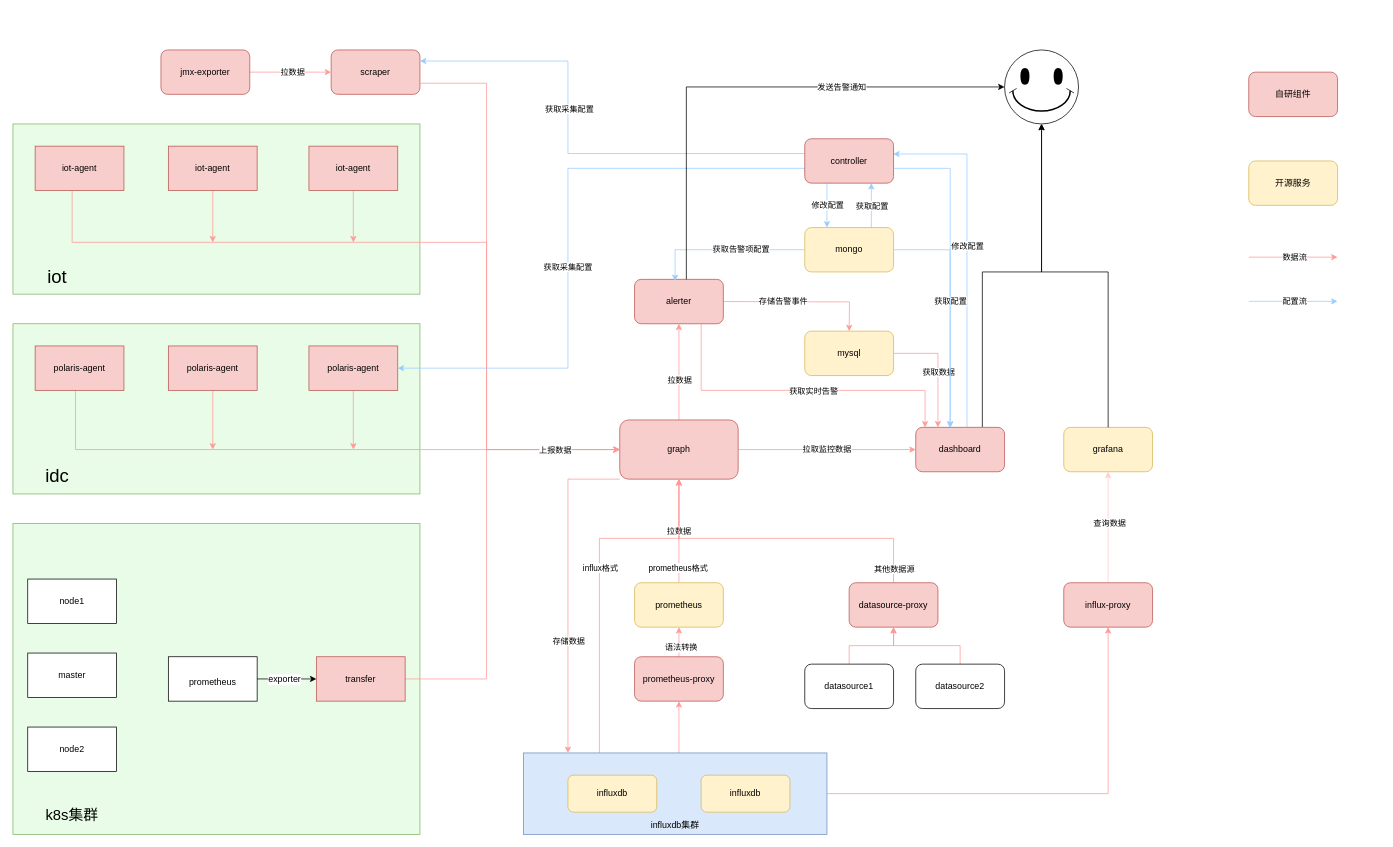
Before: polaris框架.drawio in wupei-w/diagrams, a draw.io diagram. Source tidied: cells renumbered, new cells numbered last; positions are measured from the earlier drawing's top-left corner, leaving out a move shared by most shapes. Both pictures are drawn from the tidied source at 74%, with x=0, y=0 at pixel (13, 50).
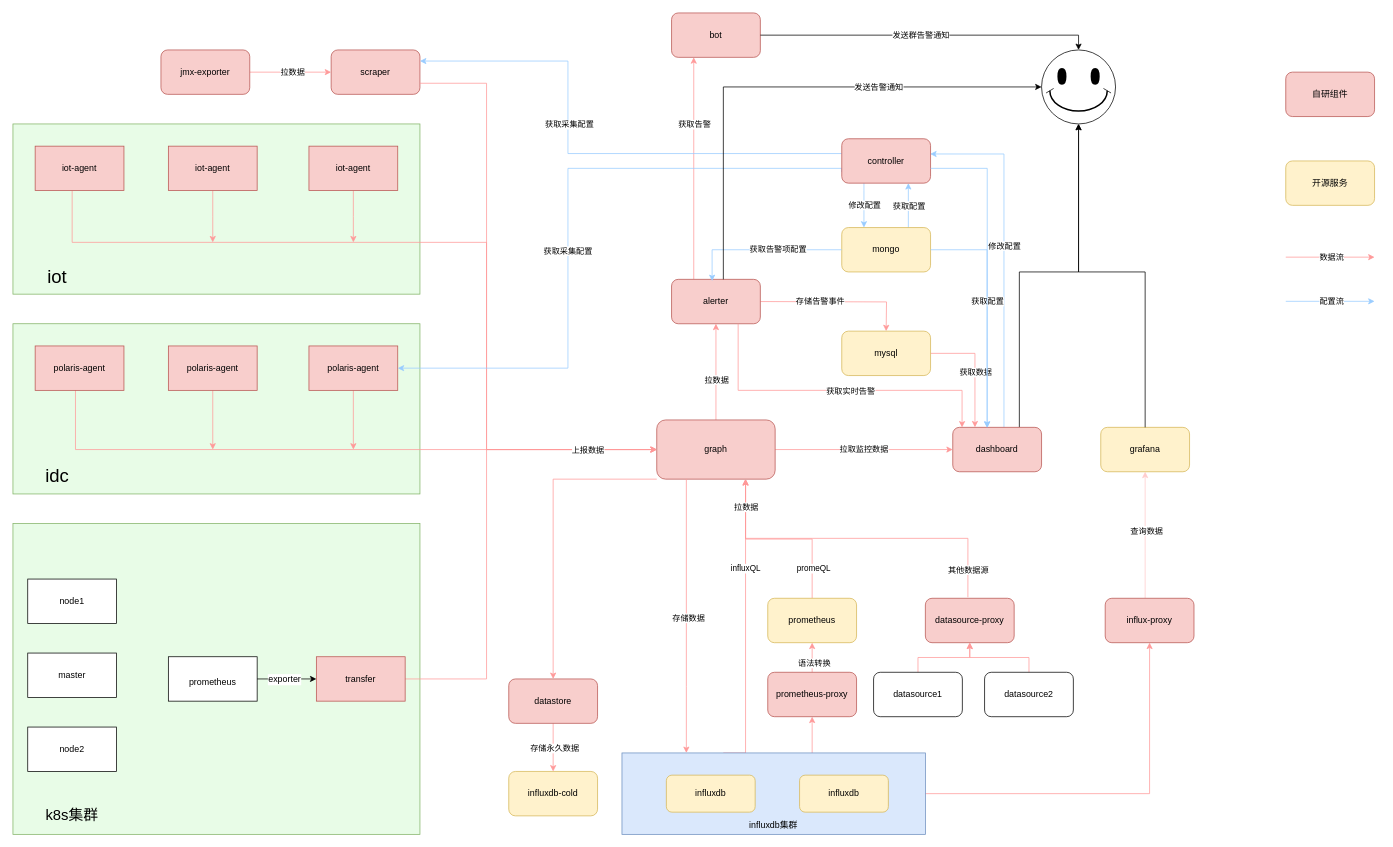
Above is the later version.

The change refers to these unchanged cells:
```xml
<mxCell id="41" value="scraper" style="rounded=1;whiteSpace=wrap;html=1;fillColor=#f8cecc;strokeColor=#b85450;" parent="1" vertex="1">
  <mxGeometry x="430" width="120" height="60" as="geometry" />
</mxCell>
<mxCell id="68" value="polaris-agent" style="rounded=0;whiteSpace=wrap;html=1;fillColor=#f8cecc;strokeColor=#b85450;" parent="1" vertex="1">
  <mxGeometry x="400" y="400" width="120" height="60" as="geometry" />
</mxCell>
```

Diff of the diagram source:
```diff
@@
     <mxCell id="2" style="edgeStyle=orthogonalEdgeStyle;rounded=0;jettySize=auto;html=1;strokeColor=#FF9999;" parent="1" edge="1" source="6" target="26">
       <mxGeometry relative="1" as="geometry">
         <Array as="points">
-          <mxPoint x="900" y="920" />
-          <mxPoint x="900" y="920" />
+          <mxPoint x="1080" y="910" />
+          <mxPoint x="1080" y="910" />
         </Array>
       </mxGeometry>
     </mxCell>
-    <mxCell id="3" style="edgeStyle=orthogonalEdgeStyle;rounded=0;jettySize=auto;html=1;exitX=0.25;exitY=0;exitDx=0;exitDy=0;strokeColor=#FF9999;" parent="1" edge="1" source="6">
-      <mxGeometry relative="1" as="geometry">
-        <mxPoint x="900" y="580" as="targetPoint" />
-        <Array as="points">
-          <mxPoint x="792" y="660" />
-          <mxPoint x="900" y="660" />
-        </Array>
-      </mxGeometry>
-    </mxCell>
-    <mxCell id="4" value="influx格式" style="edgeLabel;html=1;align=center;verticalAlign=middle;" parent="3" vertex="1">
-      <mxGeometry x="0.05" y="-1" relative="1" as="geometry" />
-    </mxCell>
@@
+    <mxCell id="103" style="edgeStyle=orthogonalEdgeStyle;rounded=0;orthogonalLoop=1;jettySize=auto;html=1;exitX=0;exitY=0;exitDx=0;exitDy=0;entryX=0.5;entryY=1;entryDx=0;entryDy=0;strokeColor=#FF9999;" parent="1" edge="1">
+      <mxGeometry relative="1" as="geometry">
+        <mxPoint x="960" y="950" as="sourcePoint" />
+        <mxPoint x="990" y="580" as="targetPoint" />
+        <Array as="points">
+          <mxPoint x="990" y="950" />
+        </Array>
+      </mxGeometry>
+    </mxCell>
+    <mxCell id="104" value="influxQL" style="edgeLabel;html=1;align=center;verticalAlign=middle;" parent="103" vertex="1">
+      <mxGeometry x="0.4" y="1" relative="1" as="geometry" />
+    </mxCell>
     <mxCell id="6" value="&lt;br&gt;&lt;br&gt;&lt;br&gt;&lt;br&gt;&lt;br&gt;&lt;br&gt;influxdb集群" style="rounded=0;whiteSpace=wrap;html=1;fillColor=#dae8fc;strokeColor=#6c8ebf;" parent="1" vertex="1">
-      <mxGeometry x="690" y="950" width="410" height="110" as="geometry" />
+      <mxGeometry x="823" y="950" width="410" height="110" as="geometry" />
     </mxCell>
     <mxCell id="7" style="edgeStyle=orthogonalEdgeStyle;rounded=0;jettySize=auto;html=1;" parent="1" edge="1" source="10" target="69">
       <mxGeometry relative="1" as="geometry">
         <Array as="points">
-          <mxPoint x="1310" y="300" />
-          <mxPoint x="1390" y="300" />
+          <mxPoint x="1360" y="300" />
+          <mxPoint x="1440" y="300" />
         </Array>
       </mxGeometry>
     </mxCell>
     <mxCell id="8" style="edgeStyle=orthogonalEdgeStyle;rounded=0;jettySize=auto;html=1;entryX=0.996;entryY=0.343;entryDx=0;entryDy=0;entryPerimeter=0;strokeColor=#99CCFF;" parent="1" edge="1" target="86">
       <mxGeometry relative="1" as="geometry">
-        <mxPoint x="1289.2" y="510" as="sourcePoint" />
+        <mxPoint x="1339.2" y="510" as="sourcePoint" />
         <Array as="points">
-          <mxPoint x="1289" y="140" />
-          <mxPoint x="1190" y="140" />
+          <mxPoint x="1339" y="140" />
+          <mxPoint x="1240" y="140" />
         </Array>
       </mxGeometry>
     </mxCell>
@@
     <mxCell id="10" value="dashboard" style="rounded=1;whiteSpace=wrap;html=1;fillColor=#f8cecc;strokeColor=#b85450;" parent="1" vertex="1">
-      <mxGeometry x="1220" y="510" width="120" height="60" as="geometry" />
+      <mxGeometry x="1270" y="510" width="120" height="60" as="geometry" />
     </mxCell>
@@
-    <mxCell id="13" style="edgeStyle=orthogonalEdgeStyle;rounded=0;jettySize=auto;html=1;exitX=0;exitY=1;exitDx=0;exitDy=0;strokeColor=#FF9999;" parent="1" edge="1" source="17">
-      <mxGeometry relative="1" as="geometry">
-        <mxPoint x="750" y="950" as="targetPoint" />
-        <Array as="points">
-          <mxPoint x="750" y="580" />
-          <mxPoint x="750" y="950" />
-        </Array>
-      </mxGeometry>
-    </mxCell>
-    <mxCell id="14" value="存储数据" style="edgeLabel;html=1;align=center;verticalAlign=middle;" parent="13" vertex="1">
-      <mxGeometry x="0.31" relative="1" as="geometry" />
-    </mxCell>
@@
+    <mxCell id="105" style="edgeStyle=orthogonalEdgeStyle;rounded=0;jettySize=auto;html=1;exitX=0;exitY=1;exitDx=0;exitDy=0;entryX=0.5;entryY=0;entryDx=0;entryDy=0;strokeColor=#FF9999;" parent="1" edge="1" source="17" target="113">
+      <mxGeometry relative="1" as="geometry">
+        <Array as="points">
+          <mxPoint x="730" y="580" />
+        </Array>
+      </mxGeometry>
+    </mxCell>
     <mxCell id="17" value="graph" style="rounded=1;whiteSpace=wrap;html=1;fillColor=#f8cecc;strokeColor=#b85450;" parent="1" vertex="1">
-      <mxGeometry x="820" y="500" width="160" height="80" as="geometry" />
+      <mxGeometry x="870" y="500" width="160" height="80" as="geometry" />
     </mxCell>
     <mxCell id="18" style="edgeStyle=orthogonalEdgeStyle;rounded=0;orthogonalLoop=1;jettySize=auto;html=1;entryX=0.25;entryY=0;entryDx=0;entryDy=0;strokeColor=#FF9999;" parent="1" edge="1">
       <mxGeometry relative="1" as="geometry">
-        <mxPoint x="960" y="340" as="sourcePoint" />
-        <mxPoint x="1130" y="380" as="targetPoint" />
+        <mxPoint x="1010" y="340" as="sourcePoint" />
+        <mxPoint x="1180" y="380" as="targetPoint" />
       </mxGeometry>
     </mxCell>
@@
+    <mxCell id="106" style="edgeStyle=orthogonalEdgeStyle;rounded=0;jettySize=auto;html=1;exitX=0.25;exitY=0;exitDx=0;exitDy=0;entryX=0.25;entryY=1;entryDx=0;entryDy=0;strokeColor=#FF9999;" parent="1" edge="1" source="20" target="115">
+      <mxGeometry relative="1" as="geometry" />
+    </mxCell>
+    <mxCell id="107" value="获取告警" style="edgeLabel;html=1;align=center;verticalAlign=middle;" parent="106" vertex="1">
+      <mxGeometry x="0.4" relative="1" as="geometry" />
+    </mxCell>
     <mxCell id="20" value="alerter" style="rounded=1;whiteSpace=wrap;html=1;fillColor=#f8cecc;strokeColor=#b85450;" parent="1" vertex="1">
-      <mxGeometry x="840" y="310" width="120" height="60" as="geometry" />
+      <mxGeometry x="890" y="310" width="120" height="60" as="geometry" />
     </mxCell>
-    <mxCell id="21" value="拉数据" style="edgeStyle=orthogonalEdgeStyle;rounded=0;jettySize=auto;html=1;strokeColor=#FF9999;" parent="1" edge="1" source="23" target="17">
-      <mxGeometry relative="1" as="geometry" />
+    <mxCell id="21" style="edgeStyle=orthogonalEdgeStyle;rounded=0;jettySize=auto;html=1;strokeColor=#FF9999;" parent="1" edge="1" source="23" target="17">
+      <mxGeometry relative="1" as="geometry">
+        <Array as="points">
+          <mxPoint x="1080" y="661" />
+          <mxPoint x="990" y="661" />
+        </Array>
+      </mxGeometry>
     </mxCell>
-    <mxCell id="22" value="prometheus格式" style="edgeLabel;html=1;align=center;verticalAlign=middle;" parent="21" vertex="1">
-      <mxGeometry x="-0.7" y="2" relative="1" as="geometry" />
-    </mxCell>
+    <mxCell id="108" value="promeQL" style="edgeLabel;html=1;align=center;verticalAlign=middle;" parent="21" vertex="1">
+      <mxGeometry x="-0.67" y="-1" relative="1" as="geometry" />
+    </mxCell>
     <mxCell id="23" value="prometheus" style="rounded=1;whiteSpace=wrap;html=1;fillColor=#fff2cc;strokeColor=#d6b656;" parent="1" vertex="1">
-      <mxGeometry x="840" y="720" width="120" height="60" as="geometry" />
+      <mxGeometry x="1020" y="741" width="120" height="60" as="geometry" />
     </mxCell>
@@
     <mxCell id="26" value="prometheus-proxy" style="rounded=1;whiteSpace=wrap;html=1;fillColor=#f8cecc;strokeColor=#b85450;" parent="1" vertex="1">
-      <mxGeometry x="840" y="820" width="120" height="60" as="geometry" />
+      <mxGeometry x="1020" y="841" width="120" height="60" as="geometry" />
     </mxCell>
-    <mxCell id="27" style="edgeStyle=orthogonalEdgeStyle;rounded=0;jettySize=auto;html=1;entryX=0.5;entryY=1;entryDx=0;entryDy=0;strokeColor=#FF9999;" parent="1" edge="1" source="29" target="17">
+    <mxCell id="27" style="edgeStyle=orthogonalEdgeStyle;rounded=0;jettySize=auto;html=1;strokeColor=#FF9999;exitX=0.479;exitY=-0.024;exitDx=0;exitDy=0;exitPerimeter=0;" parent="1" edge="1" source="29">
       <mxGeometry relative="1" as="geometry">
+        <mxPoint x="990" y="580" as="targetPoint" />
         <Array as="points">
-          <mxPoint x="1190" y="660" />
-          <mxPoint x="900" y="660" />
+          <mxPoint x="1291" y="660" />
+          <mxPoint x="990" y="660" />
+          <mxPoint x="990" y="580" />
         </Array>
       </mxGeometry>
     </mxCell>
+    <mxCell id="109" value="拉数据" style="edgeLabel;html=1;align=center;verticalAlign=middle;" parent="27" vertex="1">
+      <mxGeometry x="0.84" relative="1" as="geometry" />
+    </mxCell>
     <mxCell id="28" value="其他数据源" style="edgeLabel;html=1;align=center;verticalAlign=middle;" parent="27" vertex="1">
-      <mxGeometry x="-0.91" relative="1" as="geometry" />
+      <mxGeometry x="-0.84" relative="1" as="geometry" />
     </mxCell>
     <mxCell id="29" value="datasource-proxy" style="rounded=1;whiteSpace=wrap;html=1;fillColor=#f8cecc;strokeColor=#b85450;" parent="1" vertex="1">
-      <mxGeometry x="1130" y="720" width="120" height="60" as="geometry" />
+      <mxGeometry x="1233" y="741" width="120" height="60" as="geometry" />
     </mxCell>
@@
     <mxCell id="31" value="datasource1" style="rounded=1;whiteSpace=wrap;html=1;" parent="1" vertex="1">
-      <mxGeometry x="1070" y="830" width="120" height="60" as="geometry" />
+      <mxGeometry x="1163" y="841" width="120" height="60" as="geometry" />
     </mxCell>
@@
     <mxCell id="33" value="datasource2" style="rounded=1;whiteSpace=wrap;html=1;" parent="1" vertex="1">
-      <mxGeometry x="1220" y="830" width="120" height="60" as="geometry" />
+      <mxGeometry x="1313" y="841" width="120" height="60" as="geometry" />
     </mxCell>
     <mxCell id="34" style="group;" parent="1" vertex="1">
-      <mxGeometry x="750" y="980" width="300" height="50" as="geometry" />
+      <mxGeometry x="883" y="980" width="300" height="50" as="geometry" />
     </mxCell>
@@
     <mxCell id="37" style="edgeStyle=orthogonalEdgeStyle;rounded=0;jettySize=auto;html=1;entryX=0.5;entryY=1;entryDx=0;entryDy=0;strokeColor=#FFCCCC;" parent="1" edge="1" source="39" target="40">
-      <mxGeometry relative="1" as="geometry" />
+      <mxGeometry relative="1" as="geometry">
+        <Array as="points">
+          <mxPoint x="1530" y="680" />
+          <mxPoint x="1530" y="680" />
+        </Array>
+      </mxGeometry>
     </mxCell>
@@
     <mxCell id="39" value="influx-proxy" style="rounded=1;whiteSpace=wrap;html=1;fillColor=#f8cecc;strokeColor=#b85450;" parent="1" vertex="1">
-      <mxGeometry x="1420" y="720" width="120" height="60" as="geometry" />
+      <mxGeometry x="1476" y="741" width="120" height="60" as="geometry" />
     </mxCell>
     <mxCell id="40" value="grafana" style="rounded=1;whiteSpace=wrap;html=1;fillColor=#fff2cc;strokeColor=#d6b656;" parent="1" vertex="1">
-      <mxGeometry x="1420" y="510" width="120" height="60" as="geometry" />
+      <mxGeometry x="1470" y="510" width="120" height="60" as="geometry" />
     </mxCell>
@@
     <mxCell id="57" value="mysql" style="rounded=1;whiteSpace=wrap;html=1;fillColor=#fff2cc;strokeColor=#d6b656;" parent="1" vertex="1">
-      <mxGeometry x="1070" y="380" width="120" height="60" as="geometry" />
+      <mxGeometry x="1120" y="380" width="120" height="60" as="geometry" />
     </mxCell>
     <mxCell id="58" style="edgeStyle=orthogonalEdgeStyle;rounded=0;jettySize=auto;html=1;strokeColor=#99CCFF;" parent="1" edge="1" source="60" target="86">
       <mxGeometry relative="1" as="geometry">
         <Array as="points">
-          <mxPoint x="1160" y="200" />
-          <mxPoint x="1160" y="200" />
+          <mxPoint x="1210" y="200" />
+          <mxPoint x="1210" y="200" />
         </Array>
       </mxGeometry>
     </mxCell>
@@
     <mxCell id="60" value="mongo" style="rounded=1;whiteSpace=wrap;html=1;fillColor=#fff2cc;strokeColor=#d6b656;" parent="1" vertex="1">
-      <mxGeometry x="1070" y="240" width="120" height="60" as="geometry" />
+      <mxGeometry x="1120" y="240" width="120" height="60" as="geometry" />
     </mxCell>
@@
-    <mxCell id="63" style="edgeStyle=orthogonalEdgeStyle;rounded=0;orthogonalLoop=1;jettySize=auto;html=1;entryX=-0.028;entryY=0.492;entryDx=0;entryDy=0;entryPerimeter=0;strokeColor=#FF9999;" parent="1" edge="1">
+    <mxCell id="63" style="edgeStyle=orthogonalEdgeStyle;rounded=0;orthogonalLoop=1;jettySize=auto;html=1;strokeColor=#FF9999;" parent="1" edge="1">
       <mxGeometry relative="1" as="geometry">
         <mxPoint x="84.5" y="440.6" as="sourcePoint" />
-        <mxPoint x="820" y="540" as="targetPoint" />
+        <mxPoint x="870" y="540" as="targetPoint" />
         <Array as="points">
           <mxPoint x="84.5" y="539.6" />
         </Array>
       </mxGeometry>
     </mxCell>
@@
     <mxCell id="69" style="verticalLabelPosition=bottom;verticalAlign=top;html=1;shape=mxgraph.basic.smiley;" parent="1" vertex="1">
-      <mxGeometry x="1340" width="100" height="100" as="geometry" />
+      <mxGeometry x="1390" width="100" height="100" as="geometry" />
     </mxCell>
@@
     <mxCell id="78" style="edgeStyle=orthogonalEdgeStyle;rounded=0;jettySize=auto;html=1;exitX=1;exitY=0.75;exitDx=0;exitDy=0;strokeColor=#FF9999;" parent="1" edge="1" source="41">
       <mxGeometry relative="1" as="geometry">
-        <mxPoint x="820" y="540" as="targetPoint" />
+        <mxPoint x="870" y="540" as="targetPoint" />
         <Array as="points">
           <mxPoint x="640" y="45" />
           <mxPoint x="640" y="540" />
         </Array>
       </mxGeometry>
     </mxCell>
@@
     <mxCell id="82" style="edgeStyle=orthogonalEdgeStyle;rounded=0;jettySize=auto;html=1;strokeColor=#99CCFF;" parent="1" edge="1" source="86" target="60">
       <mxGeometry relative="1" as="geometry">
         <Array as="points">
-          <mxPoint x="1100" y="190" />
-          <mxPoint x="1100" y="190" />
+          <mxPoint x="1150" y="190" />
+          <mxPoint x="1150" y="190" />
         </Array>
       </mxGeometry>
     </mxCell>
@@
     <mxCell id="84" style="edgeStyle=orthogonalEdgeStyle;rounded=0;jettySize=auto;html=1;exitX=0;exitY=0.75;exitDx=0;exitDy=0;entryX=1;entryY=0.5;entryDx=0;entryDy=0;strokeColor=#99CCFF;" parent="1" edge="1" source="86" target="68">
       <mxGeometry relative="1" as="geometry">
         <Array as="points">
-          <mxPoint x="1070" y="160" />
+          <mxPoint x="1120" y="160" />
           <mxPoint x="750" y="160" />
           <mxPoint x="750" y="430" />
         </Array>
       </mxGeometry>
     </mxCell>
@@
     <mxCell id="86" value="controller" style="rounded=1;whiteSpace=wrap;html=1;fillColor=#f8cecc;strokeColor=#b85450;" parent="1" vertex="1">
-      <mxGeometry x="1070" y="120" width="120" height="60" as="geometry" />
+      <mxGeometry x="1120" y="120" width="120" height="60" as="geometry" />
     </mxCell>
@@
     <mxCell id="89" style="edgeStyle=orthogonalEdgeStyle;rounded=0;jettySize=auto;html=1;entryX=0.105;entryY=0.002;entryDx=0;entryDy=0;entryPerimeter=0;strokeColor=#FF9999;" parent="1" edge="1" source="20" target="10">
       <mxGeometry relative="1" as="geometry">
         <Array as="points">
-          <mxPoint x="930" y="460" />
-          <mxPoint x="1233" y="460" />
+          <mxPoint x="980" y="460" />
+          <mxPoint x="1283" y="460" />
         </Array>
       </mxGeometry>
     </mxCell>
@@
     <mxCell id="91" style="edgeStyle=orthogonalEdgeStyle;rounded=0;jettySize=auto;html=1;entryX=0.388;entryY=0.002;entryDx=0;entryDy=0;entryPerimeter=0;strokeColor=#99CCFF;" parent="1" edge="1" source="86" target="10">
       <mxGeometry relative="1" as="geometry">
         <Array as="points">
-          <mxPoint x="1267" y="160" />
+          <mxPoint x="1317" y="160" />
         </Array>
       </mxGeometry>
     </mxCell>
@@
     <mxCell id="93" style="edgeStyle=orthogonalEdgeStyle;rounded=0;jettySize=auto;html=1;entryX=0;entryY=0.5;entryDx=0;entryDy=0;entryPerimeter=0;" parent="1" edge="1" source="20" target="69">
       <mxGeometry relative="1" as="geometry">
         <Array as="points">
-          <mxPoint x="910" y="50" />
+          <mxPoint x="960" y="50" />
         </Array>
       </mxGeometry>
     </mxCell>
@@
     <mxCell id="95" style="edgeStyle=orthogonalEdgeStyle;rounded=0;jettySize=auto;html=1;entryX=0.5;entryY=1;entryDx=0;entryDy=0;entryPerimeter=0;" parent="1" edge="1" source="40" target="69">
       <mxGeometry relative="1" as="geometry">
         <Array as="points">
-          <mxPoint x="1480" y="300" />
-          <mxPoint x="1390" y="300" />
+          <mxPoint x="1530" y="300" />
+          <mxPoint x="1440" y="300" />
         </Array>
       </mxGeometry>
     </mxCell>
     <mxCell id="96" value="自研组件" style="rounded=1;whiteSpace=wrap;html=1;fillColor=#f8cecc;strokeColor=#b85450;" parent="1" vertex="1">
-      <mxGeometry x="1670" y="30" width="120" height="60" as="geometry" />
+      <mxGeometry x="1720" y="30" width="120" height="60" as="geometry" />
     </mxCell>
     <mxCell id="97" value="开源服务" style="rounded=1;whiteSpace=wrap;html=1;fillColor=#fff2cc;strokeColor=#d6b656;" parent="1" vertex="1">
-      <mxGeometry x="1670" y="150" width="120" height="60" as="geometry" />
+      <mxGeometry x="1720" y="150" width="120" height="60" as="geometry" />
     </mxCell>
     <mxCell id="98" style="endArrow=classic;html=1;rounded=0;strokeColor=#FF9999;" parent="1" edge="1">
       <mxGeometry relative="1" as="geometry">
-        <mxPoint x="1670" y="280" as="sourcePoint" />
-        <mxPoint x="1790" y="280" as="targetPoint" />
+        <mxPoint x="1720" y="280" as="sourcePoint" />
+        <mxPoint x="1840" y="280" as="targetPoint" />
       </mxGeometry>
     </mxCell>
@@
     <mxCell id="100" style="endArrow=classic;html=1;rounded=0;strokeColor=#99CCFF;" parent="1" edge="1">
       <mxGeometry relative="1" as="geometry">
-        <mxPoint x="1670" y="339.7" as="sourcePoint" />
-        <mxPoint x="1790" y="339.7" as="targetPoint" />
+        <mxPoint x="1720" y="339.7" as="sourcePoint" />
+        <mxPoint x="1840" y="339.7" as="targetPoint" />
       </mxGeometry>
     </mxCell>
@@
+    <mxCell id="110" value="influxdb-cold" style="rounded=1;whiteSpace=wrap;html=1;fillColor=#fff2cc;strokeColor=#d6b656;" parent="1" vertex="1">
+      <mxGeometry x="670" y="975" width="120" height="60" as="geometry" />
+    </mxCell>
+    <mxCell id="111" style="edgeStyle=orthogonalEdgeStyle;rounded=0;jettySize=auto;html=1;entryX=0.5;entryY=0;entryDx=0;entryDy=0;strokeColor=#FF9999;" parent="1" edge="1" source="113" target="110">
+      <mxGeometry relative="1" as="geometry" />
+    </mxCell>
+    <mxCell id="112" value="存储永久数据" style="edgeLabel;html=1;align=center;verticalAlign=middle;" parent="111" vertex="1">
+      <mxGeometry y="1" relative="1" as="geometry" />
+    </mxCell>
+    <mxCell id="113" value="datastore" style="rounded=1;whiteSpace=wrap;html=1;fillColor=#f8cecc;strokeColor=#b85450;" parent="1" vertex="1">
+      <mxGeometry x="670" y="850" width="120" height="60" as="geometry" />
+    </mxCell>
+    <mxCell id="114" style="edgeStyle=orthogonalEdgeStyle;rounded=0;jettySize=auto;html=1;exitX=0.25;exitY=1;exitDx=0;exitDy=0;strokeColor=#FF9999;" parent="1" edge="1" source="17" target="6">
+      <mxGeometry relative="1" as="geometry">
+        <Array as="points">
+          <mxPoint x="910" y="860" />
+          <mxPoint x="910" y="860" />
+        </Array>
+      </mxGeometry>
+    </mxCell>
+    <mxCell id="14" value="存储数据" style="edgeLabel;html=1;align=center;verticalAlign=middle;" parent="114" vertex="1">
+      <mxGeometry x="0.01" y="2" relative="1" as="geometry" />
+    </mxCell>
+    <mxCell id="115" value="bot" style="rounded=1;whiteSpace=wrap;html=1;fillColor=#f8cecc;strokeColor=#b85450;" parent="1" vertex="1">
+      <mxGeometry x="890" y="-50" width="120" height="60" as="geometry" />
+    </mxCell>
+    <mxCell id="116" style="edgeStyle=orthogonalEdgeStyle;rounded=0;jettySize=auto;html=1;entryX=0.5;entryY=0;entryDx=0;entryDy=0;entryPerimeter=0;" parent="1" edge="1" source="115" target="69">
+      <mxGeometry relative="1" as="geometry" />
+    </mxCell>
+    <mxCell id="117" value="发送群告警通知" style="edgeLabel;html=1;align=center;verticalAlign=middle;" parent="116" vertex="1">
+      <mxGeometry x="-0.04" y="1" relative="1" as="geometry" />
+    </mxCell>
```
